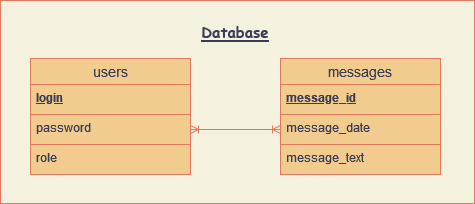
Earlier version of the draw.io export writer-reader-db.drawio.png (RazumeetsyaDanila/writer-reader-app). Source tidied: cells renumbered, new cells last; positions are measured from the earlier drawing's top-left corner, leaving out a move shared by most shapes.
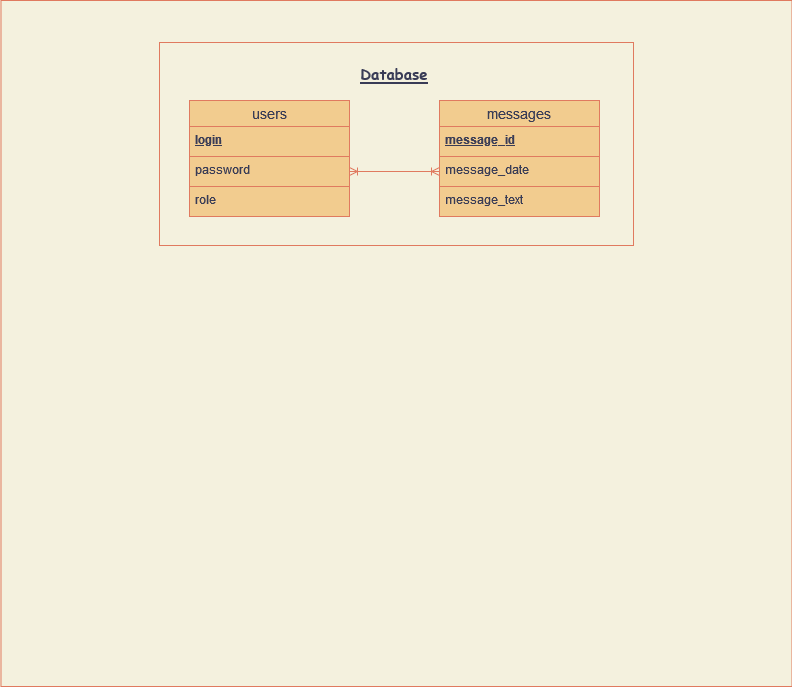
The same diagram one commit later.

What changed in the source:
```diff
@@ -35,5 +35,8 @@
     <mxCell id="12" style="rounded=0;whiteSpace=wrap;html=1;sketch=0;fontFamily=Comic Sans MS;fontSize=15;fontColor=#393C56;strokeColor=#E07A5F;fillColor=none;" parent="1" vertex="1">
       <mxGeometry width="474" height="203" as="geometry" />
     </mxCell>
+    <mxCell id="13" style="rounded=0;whiteSpace=wrap;html=1;sketch=0;fontFamily=Comic Sans MS;fontSize=15;fontColor=#393C56;strokeColor=#E07A5F;fillColor=none;" parent="1" vertex="1">
+      <mxGeometry x="-158.5" y="-42" width="791" height="686" as="geometry" />
+    </mxCell>
   </root>
 </mxGraphModel>
```
